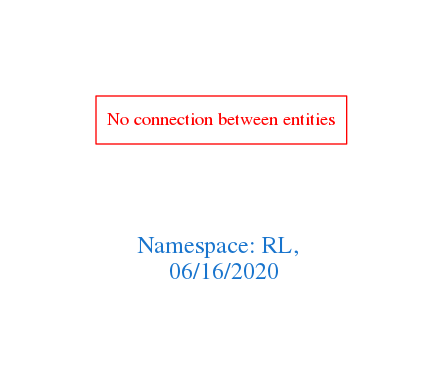
arago/OGIT keeps this Graphviz diagram as downloads/RL.png. Above is the earlier version. Its source is kept beside it as downloads/RL.dot. Source of this version:
```dot
digraph OGIT_ontology {
 graph [ rankdir= LR,pad=1
fontsize = 18,
fontcolor= dodgerblue3,label = "\n\n\nNamespace: RL, \n 06/16/2020"];
node[shape=polygon];
edge [  color="gray81"];

"No connection between entities" [fontcolor = "red",color="red", shape="polygon"]
}
```
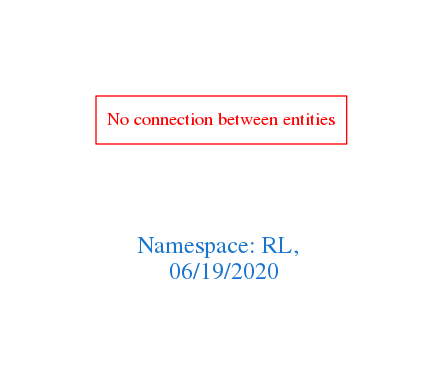
After the commit.

What changed in the source:
```diff
@@ -1,7 +1,7 @@
 digraph OGIT_ontology {
  graph [ rankdir= LR,pad=1
 fontsize = 18,
-fontcolor= dodgerblue3,label = "\n\n\nNamespace: RL, \n 06/16/2020"];
+fontcolor= dodgerblue3,label = "\n\n\nNamespace: RL, \n 06/19/2020"];
 node[shape=polygon];
 edge [  color="gray81"];
 
```
